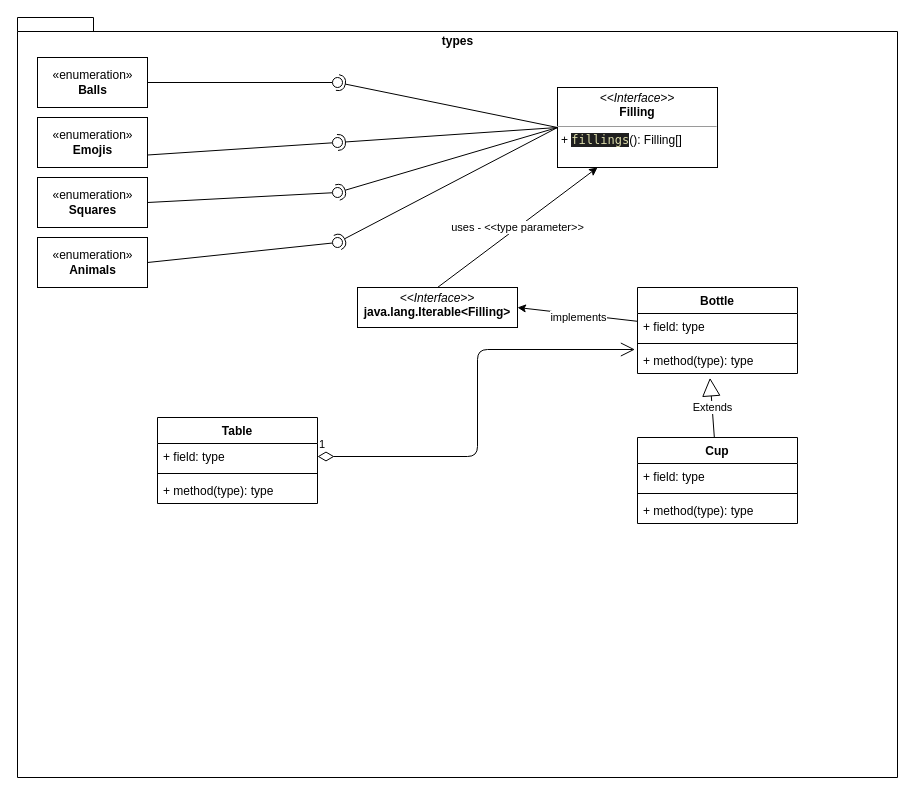
Before: classdiagram.drawio in locoop11/projeto_PCO, a draw.io diagram. Source tidied: cells renumbered, new cells numbered last; positions are measured from the earlier drawing's top-left corner, leaving out a move shared by most shapes. Both pictures are drawn from the tidied source at 100%, with x=0, y=0 at pixel (17, 17).
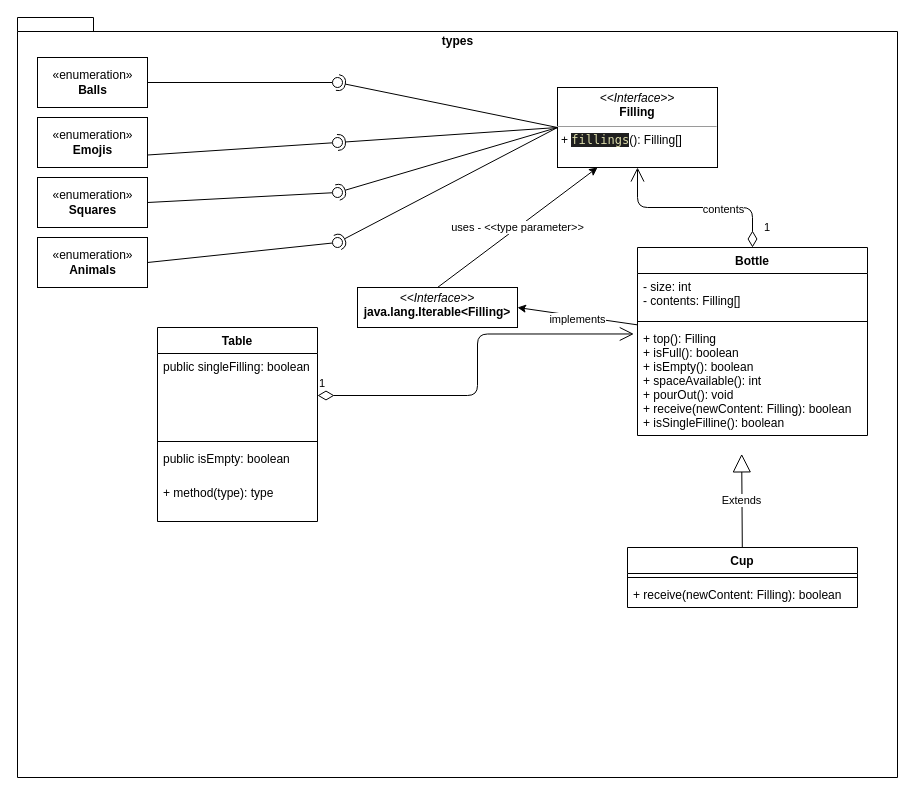
The same diagram, later.

Commit message (it also covers changes not shown here):
UML & Games implementation

Unchanged cells that the change refers to:
```xml
<mxCell id="9" value="&lt;p style=&quot;margin:0px;margin-top:4px;text-align:center;&quot;&gt;&lt;i&gt;&amp;lt;&amp;lt;Interface&amp;gt;&amp;gt;&lt;/i&gt;&lt;br&gt;&lt;b&gt;Filling&lt;/b&gt;&lt;/p&gt;&lt;hr size=&quot;1&quot;&gt;&lt;p style=&quot;margin:0px;margin-left:4px;&quot;&gt;+&amp;nbsp;&lt;span style=&quot;color: rgb(220, 220, 170); background-color: rgb(31, 31, 31); font-family: Menlo, Monaco, &amp;quot;Courier New&amp;quot;, monospace;&quot;&gt;fillings&lt;/span&gt;&lt;span style=&quot;background-color: initial;&quot;&gt;(): Filling[]&lt;/span&gt;&lt;/p&gt;" style="verticalAlign=top;align=left;overflow=fill;fontSize=12;fontFamily=Helvetica;html=1;" parent="1" vertex="1">
  <mxGeometry x="540" y="70" width="160" height="80" as="geometry" />
</mxCell>
```

What changed in the source:
```diff
@@
     <mxCell id="5" value="Bottle" style="swimlane;fontStyle=1;align=center;verticalAlign=top;horizontal=1;startSize=26;" parent="1" vertex="1">
-      <mxGeometry x="620" y="270" width="160" height="86" as="geometry" />
+      <mxGeometry x="620" y="230" width="230" height="188" as="geometry" />
     </mxCell>
-    <mxCell id="6" value="+ field: type" style="text;strokeColor=none;fillColor=none;align=left;verticalAlign=top;spacingLeft=4;spacingRight=4;overflow=hidden;" parent="5" vertex="1">
-      <mxGeometry y="26" width="160" height="26" as="geometry" />
+    <mxCell id="6" value="- size: int&#10;- contents: Filling[]" style="text;strokeColor=none;fillColor=none;align=left;verticalAlign=top;spacingLeft=4;spacingRight=4;overflow=hidden;" parent="5" vertex="1">
+      <mxGeometry y="26" width="230" height="44" as="geometry" />
     </mxCell>
     <mxCell id="7" style="line;strokeWidth=1;fillColor=none;align=left;verticalAlign=middle;spacingTop=-1;spacingLeft=3;spacingRight=3;labelPosition=right;strokeColor=inherit;" parent="5" vertex="1">
-      <mxGeometry y="52" width="160" height="8" as="geometry" />
+      <mxGeometry y="70" width="230" height="8" as="geometry" />
     </mxCell>
-    <mxCell id="8" value="+ method(type): type" style="text;strokeColor=none;fillColor=none;align=left;verticalAlign=top;spacingLeft=4;spacingRight=4;overflow=hidden;points=[[0,0.5],[1,0.5]];portConstraint=eastwest;" parent="5" vertex="1">
-      <mxGeometry y="60" width="160" height="26" as="geometry" />
+    <mxCell id="8" value="+ top(): Filling&#10;+ isFull(): boolean&#10;+ isEmpty(): boolean&#10;+ spaceAvailable(): int&#10;+ pourOut(): void&#10;+ receive(newContent: Filling): boolean&#10;+ isSingleFilline(): boolean" style="text;strokeColor=none;fillColor=none;align=left;verticalAlign=top;spacingLeft=4;spacingRight=4;overflow=hidden;points=[[0,0.5],[1,0.5]];portConstraint=eastwest;" parent="5" vertex="1">
+      <mxGeometry y="78" width="230" height="110" as="geometry" />
     </mxCell>
@@
     <mxCell id="29" value="Cup" style="swimlane;fontStyle=1;align=center;verticalAlign=top;horizontal=1;startSize=26;" parent="1" vertex="1">
-      <mxGeometry x="620" y="420" width="160" height="86" as="geometry" />
+      <mxGeometry x="610" y="530" width="230" height="60" as="geometry" />
     </mxCell>
-    <mxCell id="30" value="+ field: type" style="text;strokeColor=none;fillColor=none;align=left;verticalAlign=top;spacingLeft=4;spacingRight=4;overflow=hidden;" parent="29" vertex="1">
-      <mxGeometry y="26" width="160" height="26" as="geometry" />
-    </mxCell>
     <mxCell id="31" style="line;strokeWidth=1;fillColor=none;align=left;verticalAlign=middle;spacingTop=-1;spacingLeft=3;spacingRight=3;labelPosition=right;strokeColor=inherit;" parent="29" vertex="1">
-      <mxGeometry y="52" width="160" height="8" as="geometry" />
+      <mxGeometry y="26" width="230" height="8" as="geometry" />
     </mxCell>
-    <mxCell id="32" value="+ method(type): type" style="text;strokeColor=none;fillColor=none;align=left;verticalAlign=top;spacingLeft=4;spacingRight=4;overflow=hidden;" parent="29" vertex="1">
-      <mxGeometry y="60" width="160" height="26" as="geometry" />
+    <mxCell id="32" value="+ receive(newContent: Filling): boolean" style="text;strokeColor=none;fillColor=none;align=left;verticalAlign=top;spacingLeft=4;spacingRight=4;overflow=hidden;" parent="29" vertex="1">
+      <mxGeometry y="34" width="230" height="26" as="geometry" />
     </mxCell>
     <mxCell id="33" value="Table" style="swimlane;fontStyle=1;align=center;verticalAlign=top;horizontal=1;startSize=26;" parent="1" vertex="1">
-      <mxGeometry x="140" y="400" width="160" height="86" as="geometry" />
+      <mxGeometry x="140" y="310" width="160" height="194" as="geometry" />
     </mxCell>
-    <mxCell id="34" value="+ field: type" style="text;strokeColor=none;fillColor=none;align=left;verticalAlign=top;spacingLeft=4;spacingRight=4;overflow=hidden;points=[[0,0.5],[1,0.5]];portConstraint=eastwest;" parent="33" vertex="1">
-      <mxGeometry y="26" width="160" height="26" as="geometry" />
+    <mxCell id="34" value="public singleFilling: boolean" style="text;strokeColor=none;fillColor=none;align=left;verticalAlign=top;spacingLeft=4;spacingRight=4;overflow=hidden;points=[[0,0.5],[1,0.5]];portConstraint=eastwest;" parent="33" vertex="1">
+      <mxGeometry y="26" width="160" height="84" as="geometry" />
     </mxCell>
     <mxCell id="35" style="line;strokeWidth=1;fillColor=none;align=left;verticalAlign=middle;spacingTop=-1;spacingLeft=3;spacingRight=3;labelPosition=right;strokeColor=inherit;" parent="33" vertex="1">
-      <mxGeometry y="52" width="160" height="8" as="geometry" />
+      <mxGeometry y="110" width="160" height="8" as="geometry" />
     </mxCell>
+    <mxCell id="38" value="public isEmpty: boolean" style="text;strokeColor=none;fillColor=none;align=left;verticalAlign=top;spacingLeft=4;spacingRight=4;overflow=hidden;" parent="33" vertex="1">
+      <mxGeometry y="118" width="160" height="34" as="geometry" />
+    </mxCell>
     <mxCell id="36" value="+ method(type): type" style="text;strokeColor=none;fillColor=none;align=left;verticalAlign=top;spacingLeft=4;spacingRight=4;overflow=hidden;" parent="33" vertex="1">
-      <mxGeometry y="60" width="160" height="26" as="geometry" />
+      <mxGeometry y="152" width="160" height="42" as="geometry" />
     </mxCell>
@@
+    <mxCell id="39" value="1" style="endArrow=open;html=1;endSize=12;startArrow=diamondThin;startSize=14;startFill=0;edgeStyle=orthogonalEdgeStyle;align=left;verticalAlign=bottom;exitX=0.5;exitY=0;exitDx=0;exitDy=0;entryX=0.5;entryY=1;entryDx=0;entryDy=0;" parent="1" edge="1" source="5" target="9">
+      <mxGeometry x="-0.89" y="-10" relative="1" as="geometry" />
+    </mxCell>
+    <mxCell id="40" value="contents" style="edgeLabel;html=1;align=center;verticalAlign=middle;" parent="39" vertex="1">
+      <mxGeometry x="-0.28" y="1" relative="1" as="geometry" />
+    </mxCell>
```
